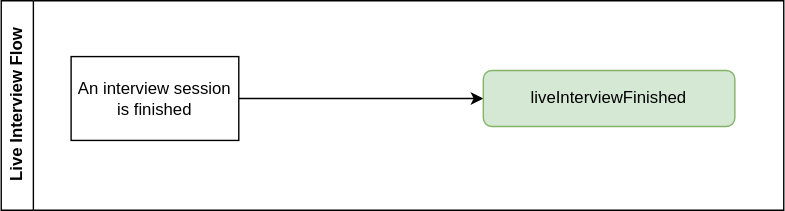
This is docs/images/live-interview-events.svg from CodeSignal/developer-docs, a draw.io export, as it was before one commit. Source tidied: cells renumbered, new cells last; positions are measured from the earlier drawing's top-left corner, leaving out a move shared by most shapes.
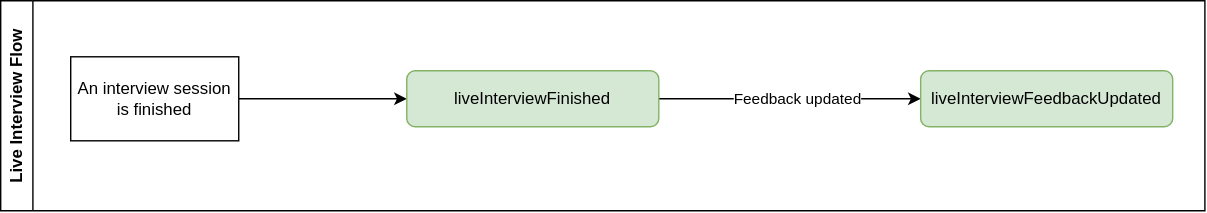
Above is the later version.

Diff of the diagram source:
```diff
@@ -3,16 +3,25 @@
     <mxCell id="0" />
     <mxCell id="1" parent="0" />
     <mxCell id="2" value="Live Interview Flow" style="swimlane;horizontal=0;whiteSpace=wrap;html=1;" parent="1" vertex="1">
-      <mxGeometry width="560" height="150" as="geometry" />
+      <mxGeometry width="860" height="150" as="geometry" />
     </mxCell>
-    <mxCell id="3" style="edgeStyle=orthogonalEdgeStyle;rounded=0;jettySize=auto;html=1;exitX=1;exitY=0.5;exitDx=0;exitDy=0;entryX=0;entryY=0.5;entryDx=0;entryDy=0;" parent="2" edge="1" source="5" target="4">
+    <mxCell id="3" style="edgeStyle=orthogonalEdgeStyle;rounded=0;jettySize=auto;html=1;exitX=1;exitY=0.5;exitDx=0;exitDy=0;entryX=0;entryY=0.5;entryDx=0;entryDy=0;" parent="2" edge="1" source="7" target="6">
       <mxGeometry relative="1" as="geometry" />
     </mxCell>
-    <mxCell id="4" value="liveInterviewFinished" style="rounded=1;whiteSpace=wrap;html=1;fillColor=#d5e8d4;strokeColor=#82b366;" parent="2" vertex="1">
-      <mxGeometry x="345" y="50" width="180" height="40" as="geometry" />
+    <mxCell id="4" style="edgeStyle=orthogonalEdgeStyle;rounded=0;jettySize=auto;html=1;exitX=1;exitY=0.5;exitDx=0;exitDy=0;entryX=0;entryY=0.5;entryDx=0;entryDy=0;" parent="2" edge="1" source="6" target="8">
+      <mxGeometry relative="1" as="geometry" />
     </mxCell>
-    <mxCell id="5" value="An interview session is finished" style="rounded=0;whiteSpace=wrap;html=1;" parent="2" vertex="1">
-      <mxGeometry x="50" y="40" width="120" height="60" as="geometry" />
+    <mxCell id="5" value="Feedback updated" style="edgeLabel;html=1;align=center;verticalAlign=middle;points=[];" parent="4" vertex="1">
+      <mxGeometry x="0.05" relative="1" as="geometry" />
     </mxCell>
+    <mxCell id="6" value="liveInterviewFinished" style="rounded=1;whiteSpace=wrap;html=1;fillColor=#d5e8d4;strokeColor=#82b366;" parent="2" vertex="1">
+      <mxGeometry x="290" y="50" width="180" height="40" as="geometry" />
+    </mxCell>
+    <mxCell id="7" value="An interview session is finished" style="rounded=0;whiteSpace=wrap;html=1;" parent="2" vertex="1">
+      <mxGeometry x="50" y="40" width="120" height="60" as="geometry" />
+    </mxCell>
+    <mxCell id="8" value="liveInterviewFeedbackUpdated" style="rounded=1;whiteSpace=wrap;html=1;fillColor=#d5e8d4;strokeColor=#82b366;" parent="2" vertex="1">
+      <mxGeometry x="657" y="50" width="180" height="40" as="geometry" />
+    </mxCell>
   </root>
 </mxGraphModel>
```
